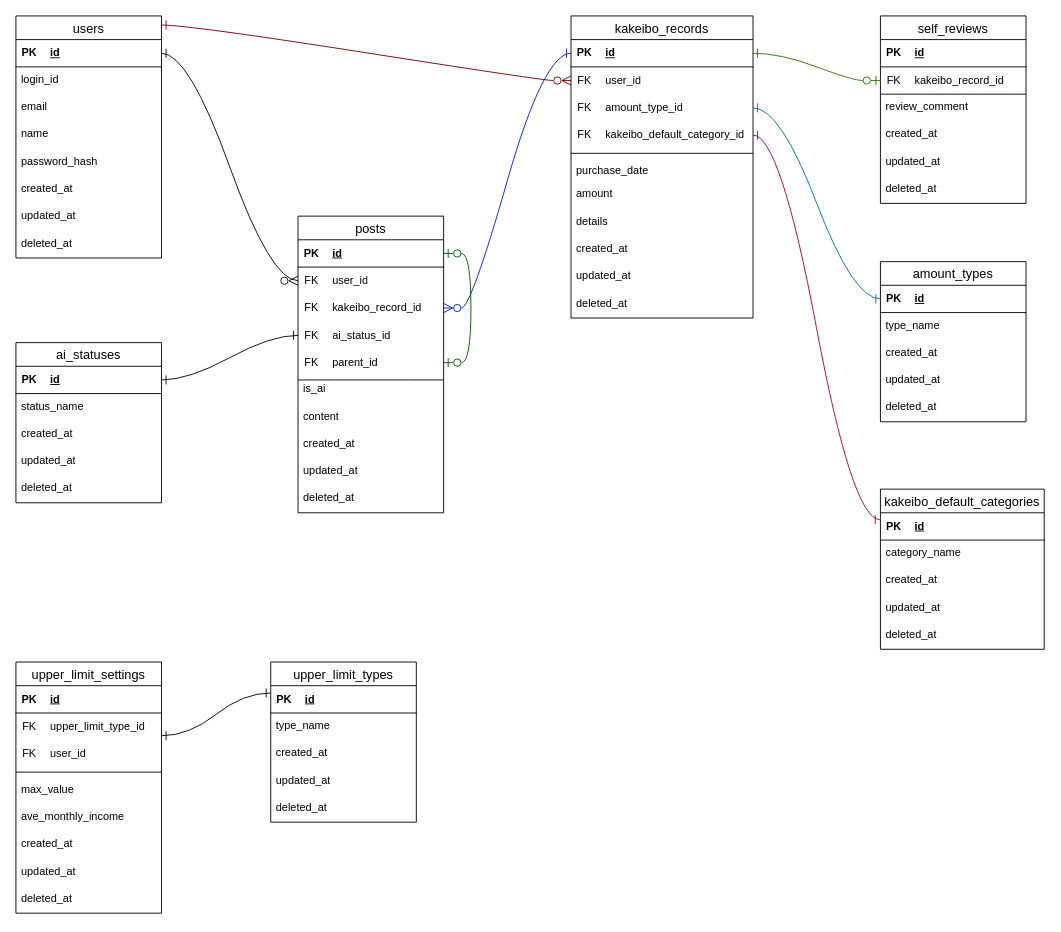
Above: docs/DB設計/ER図resmane.drawio in space-musicacct/resmane (draw.io), before the change. Source tidied: cells renumbered, new cells numbered last; positions are measured from the earlier drawing's top-left corner, leaving out a move shared by most shapes. Both pictures are drawn from the tidied source at 91%, with x=0, y=0 at pixel (15, 15).
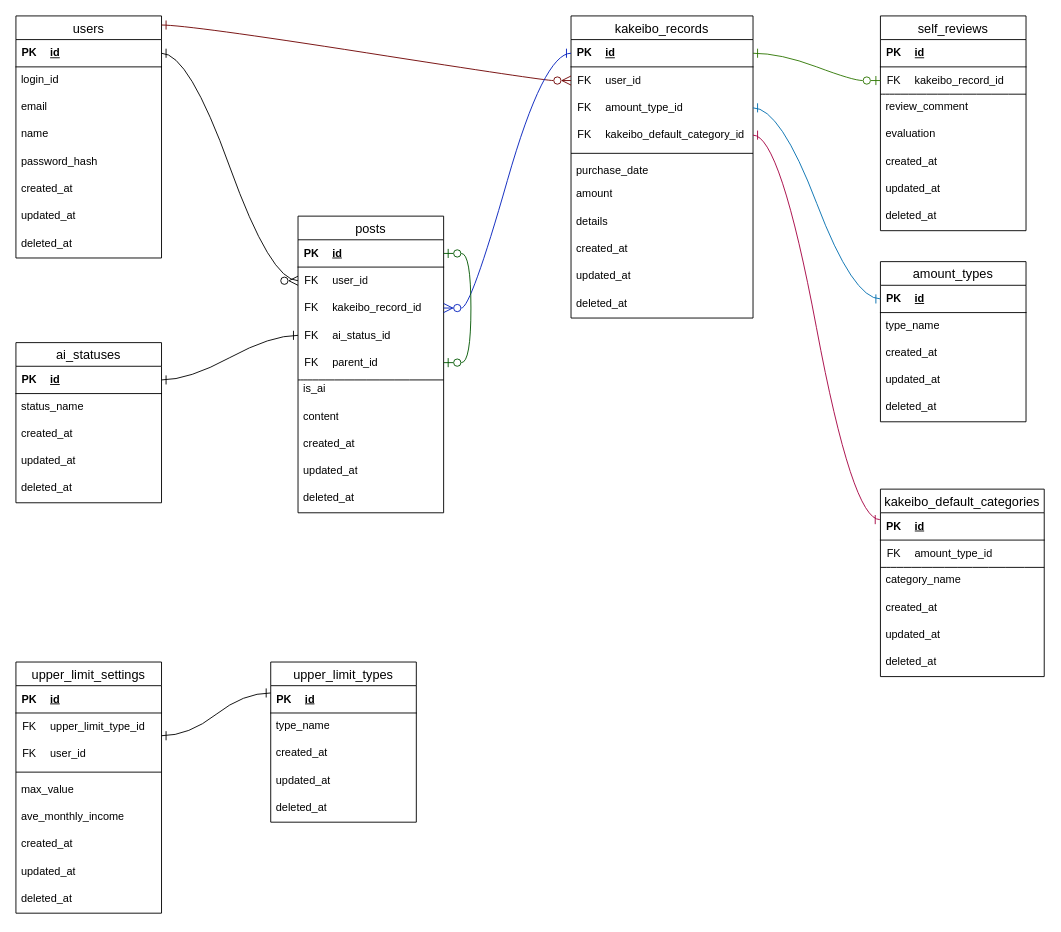
After the change.

The edit, as a diff of the source:
```diff
@@
     <mxCell id="46" value="kakeibo_default_categories" style="swimlane;fontStyle=0;horizontal=1;startSize=26;align=center;fontSize=14;" parent="1" vertex="1">
-      <mxGeometry x="950" y="520" width="180" height="176" as="geometry" />
+      <mxGeometry x="950" y="520" width="180" height="206" as="geometry" />
     </mxCell>
@@
+    <mxCell id="137" style="shape=table;startSize=0;childLayout=tableLayout;rowLines=0;fontStyle=0;align=center;strokeColor=none;fillColor=none;" parent="46" vertex="1">
+      <mxGeometry y="56" width="180" height="30" as="geometry" />
+    </mxCell>
+    <mxCell id="138" style="shape=tableRow;horizontal=0;startSize=0;swimlaneHead=0;swimlaneBody=0;fillColor=none;top=0;left=0;right=0;bottom=0;" parent="137" vertex="1">
+      <mxGeometry width="180" height="30" as="geometry" />
+    </mxCell>
+    <mxCell id="139" value="FK" style="shape=partialRectangle;fillColor=none;top=0;left=0;bottom=0;right=0;fontStyle=0;overflow=hidden;whiteSpace=wrap;html=1;" parent="138" vertex="1">
+      <mxGeometry width="30" height="30" as="geometry" />
+    </mxCell>
+    <mxCell id="140" value="amount_type_id" style="shape=partialRectangle;fillColor=none;top=0;left=0;bottom=0;right=0;align=left;spacingLeft=6;fontStyle=0;overflow=hidden;whiteSpace=wrap;html=1;" parent="138" vertex="1">
+      <mxGeometry x="30" width="150" height="30" as="geometry" />
+    </mxCell>
+    <mxCell id="141" style="endArrow=none;html=1;rounded=0;fontSize=12;startSize=8;endSize=8;curved=1;" parent="46" edge="1">
+      <mxGeometry relative="1" as="geometry">
+        <mxPoint y="86" as="sourcePoint" />
+        <mxPoint x="180" y="86" as="targetPoint" />
+      </mxGeometry>
+    </mxCell>
     <mxCell id="51" value="category_name" style="text;strokeColor=none;fillColor=none;spacingLeft=4;spacingRight=4;overflow=hidden;fontSize=12;whiteSpace=wrap;html=1;" parent="46" vertex="1">
-      <mxGeometry y="56" width="180" height="30" as="geometry" />
+      <mxGeometry y="86" width="180" height="30" as="geometry" />
     </mxCell>
     <mxCell id="52" value="created_at" style="text;strokeColor=none;fillColor=none;spacingLeft=4;spacingRight=4;overflow=hidden;fontSize=12;whiteSpace=wrap;html=1;" parent="46" vertex="1">
-      <mxGeometry y="86" width="180" height="30" as="geometry" />
+      <mxGeometry y="116" width="180" height="30" as="geometry" />
     </mxCell>
     <mxCell id="53" value="updated_at" style="text;strokeColor=none;fillColor=none;spacingLeft=4;spacingRight=4;overflow=hidden;fontSize=12;whiteSpace=wrap;html=1;" parent="46" vertex="1">
-      <mxGeometry y="116" width="180" height="30" as="geometry" />
+      <mxGeometry y="146" width="180" height="30" as="geometry" />
     </mxCell>
     <mxCell id="54" value="deleted_at" style="text;strokeColor=none;fillColor=none;spacingLeft=4;spacingRight=4;overflow=hidden;fontSize=12;whiteSpace=wrap;html=1;" parent="46" vertex="1">
-      <mxGeometry y="146" width="180" height="30" as="geometry" />
+      <mxGeometry y="176" width="180" height="30" as="geometry" />
     </mxCell>
@@
     <mxCell id="82" value="self_reviews" style="swimlane;fontStyle=0;horizontal=1;startSize=26;align=center;fontSize=14;" parent="1" vertex="1">
-      <mxGeometry x="950" width="160" height="206" as="geometry" />
+      <mxGeometry x="950" width="160" height="236" as="geometry" />
     </mxCell>
@@
+    <mxCell id="142" value="evaluation" style="text;strokeColor=none;fillColor=none;spacingLeft=4;spacingRight=4;overflow=hidden;fontSize=12;whiteSpace=wrap;html=1;" parent="82" vertex="1">
+      <mxGeometry y="116" width="160" height="30" as="geometry" />
+    </mxCell>
     <mxCell id="93" value="created_at" style="text;strokeColor=none;fillColor=none;spacingLeft=4;spacingRight=4;overflow=hidden;fontSize=12;whiteSpace=wrap;html=1;" parent="82" vertex="1">
-      <mxGeometry y="116" width="160" height="30" as="geometry" />
+      <mxGeometry y="146" width="160" height="30" as="geometry" />
     </mxCell>
     <mxCell id="94" value="updated_at" style="text;strokeColor=none;fillColor=none;spacingLeft=4;spacingRight=4;overflow=hidden;fontSize=12;whiteSpace=wrap;html=1;" parent="82" vertex="1">
-      <mxGeometry y="146" width="160" height="30" as="geometry" />
+      <mxGeometry y="176" width="160" height="30" as="geometry" />
     </mxCell>
     <mxCell id="95" value="deleted_at" style="text;strokeColor=none;fillColor=none;spacingLeft=4;spacingRight=4;overflow=hidden;fontSize=12;whiteSpace=wrap;html=1;" parent="82" vertex="1">
-      <mxGeometry y="176" width="160" height="30" as="geometry" />
+      <mxGeometry y="206" width="160" height="30" as="geometry" />
     </mxCell>
```
